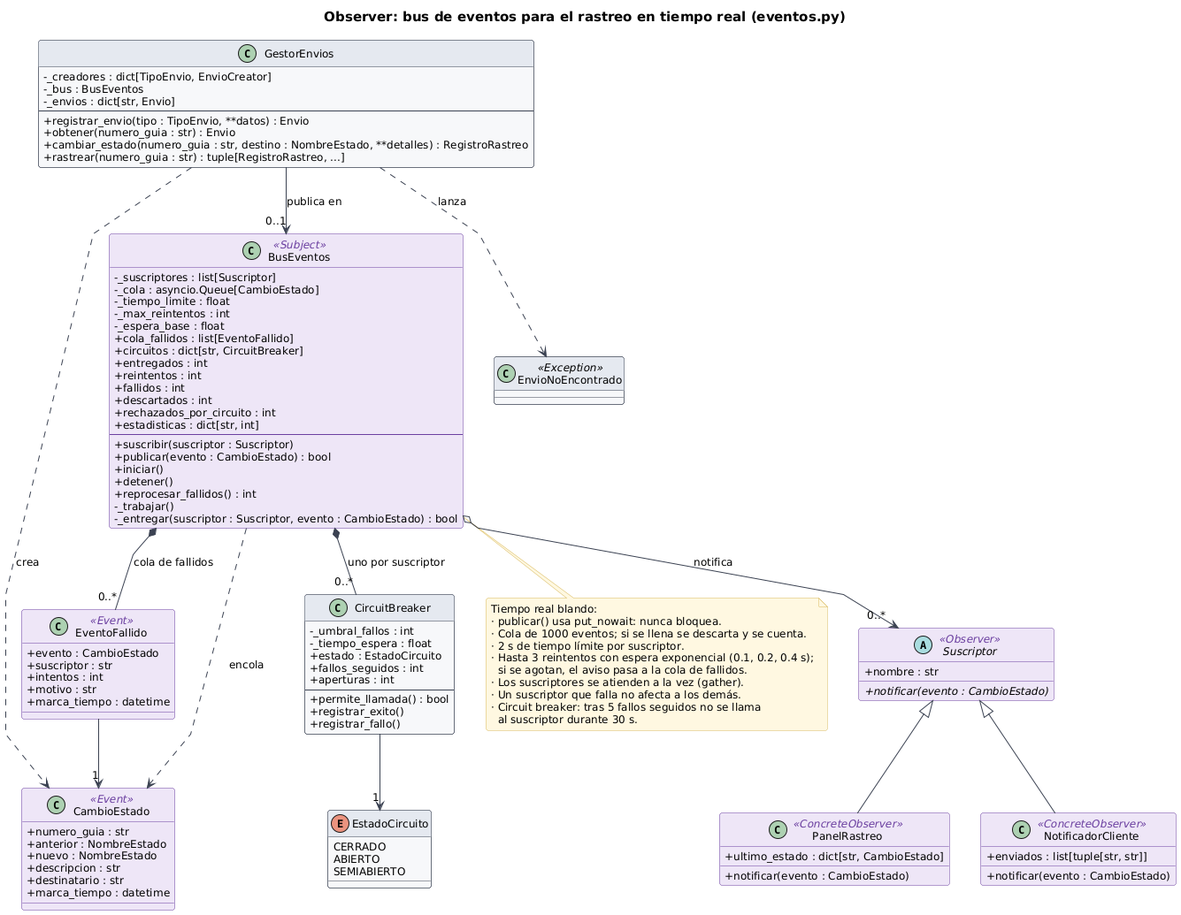
Above: docs/uml/img/observer.png in TiarethE/zyntra (PlantUML), before the change.
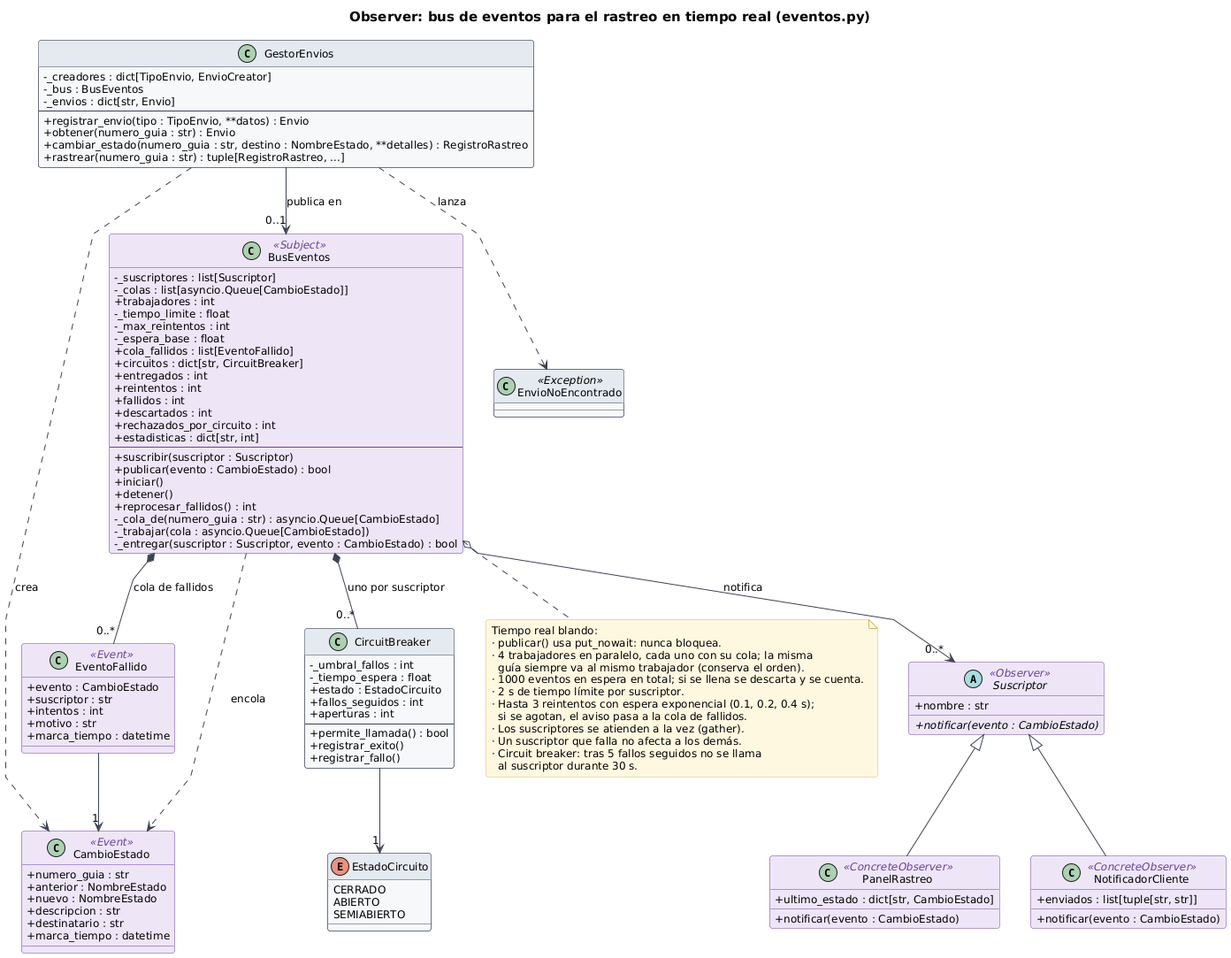
The same diagram one commit later.

Commit message:
Procesa eventos con varios trabajadores sin perder el orden por envío

What changed in the source:
```diff
@@ -5,7 +5,8 @@
 
 class BusEventos <<Subject>> {
   -_suscriptores : list[Suscriptor]
-  -_cola : asyncio.Queue[CambioEstado]
+  -_colas : list[asyncio.Queue[CambioEstado]]
+  +trabajadores : int
   -_tiempo_limite : float
   -_max_reintentos : int
   -_espera_base : float
@@ -23,7 +24,8 @@
   +iniciar()
   +detener()
   +reprocesar_fallidos() : int
-  -_trabajar()
+  -_cola_de(numero_guia : str) : asyncio.Queue[CambioEstado]
+  -_trabajar(cola : asyncio.Queue[CambioEstado])
   -_entregar(suscriptor : Suscriptor, evento : CambioEstado) : bool
 }
 class CircuitBreaker {
@@ -96,7 +98,9 @@
 note bottom of BusEventos
   Tiempo real blando:
   · publicar() usa put_nowait: nunca bloquea.
-  · Cola de 1000 eventos; si se llena se descarta y se cuenta.
+  · 4 trabajadores en paralelo, cada uno con su cola; la misma
+    guía siempre va al mismo trabajador (conserva el orden).
+  · 1000 eventos en espera en total; si se llena se descarta y se cuenta.
   · 2 s de tiempo límite por suscriptor.
   · Hasta 3 reintentos con espera exponencial (0.1, 0.2, 0.4 s);
     si se agotan, el aviso pasa a la cola de fallidos.
```
